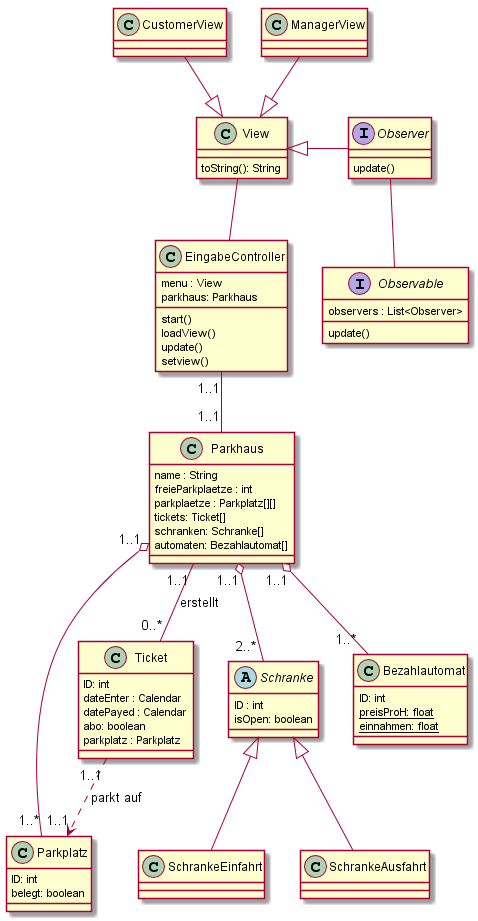
sheepy18/Digital_Parkhaus keeps this PlantUML diagram as UML/Class_Diagram.png. Above is the earlier version.
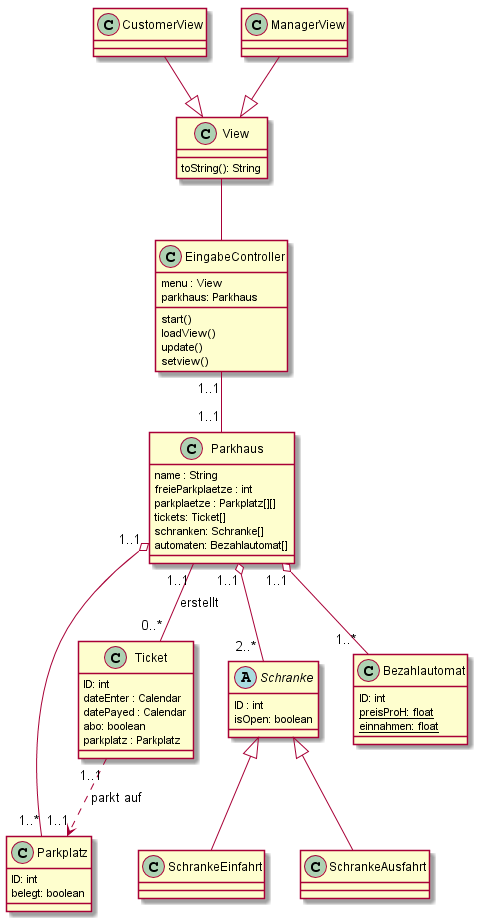
The same file after the commit.

Diff of the diagram source:
```diff
@@ -1,11 +1,5 @@
 @startuml
-interface Observable{
-	observers : List<Observer>
-	update()
-}
-interface Observer{
-	update()
-}
+
 class View{
 	toString(): String
 }
@@ -54,8 +48,6 @@
      ID: int
      belegt: boolean
 }
-View <|-right- Observer
-Observer -- Observable
 View <|-up- ManagerView
 View <|-up- CustomerView
 EingabeController -up- View
```
